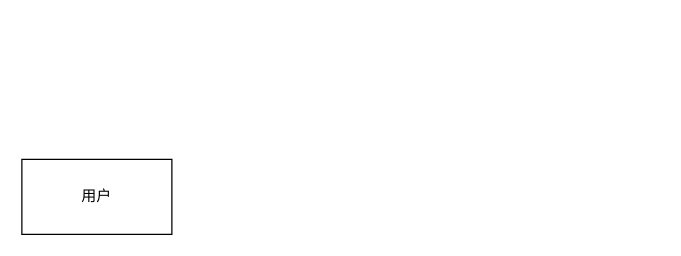
Before: 分析文档/2.7题目推荐.drawio in 12MegaA21/CodeCode, a draw.io diagram. Source tidied: cells renumbered, new cells numbered last; positions are measured from the earlier drawing's top-left corner, leaving out a move shared by most shapes. Both pictures are drawn from the tidied source at 125%, with x=0, y=0 at pixel (21, 159).
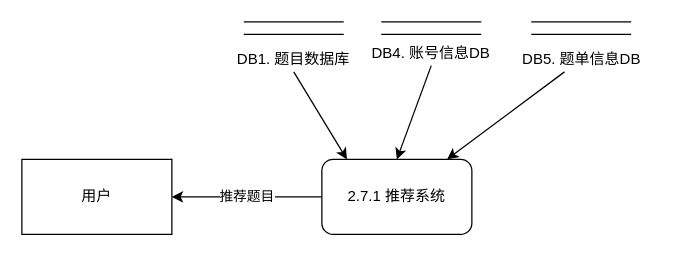
The same diagram, later.

Commit message (it also covers changes not shown here):
更新2.7题目推荐.drawio

The change refers to these unchanged cells:
```xml
<mxCell id="2" value="用户" style="rounded=0;whiteSpace=wrap;html=1;" parent="1" vertex="1">
  <mxGeometry width="120" height="60" as="geometry" />
</mxCell>
```

What changed in the source:
```diff
@@
+    <mxCell id="3" value="推荐题目" style="endArrow=classic;html=1;rounded=0;entryX=1;entryY=0.5;entryDx=0;entryDy=0;" parent="1" edge="1" target="2">
+      <mxGeometry relative="1" as="geometry">
+        <mxPoint x="240" y="30" as="sourcePoint" />
+      </mxGeometry>
+    </mxCell>
+    <mxCell id="4" value="2.7.1 推荐系统" style="rounded=1;whiteSpace=wrap;html=1;" parent="1" vertex="1">
+      <mxGeometry x="240" width="120" height="60" as="geometry" />
+    </mxCell>
+    <mxCell id="5" style="group;" parent="1" vertex="1">
+      <mxGeometry x="170" y="-110" width="95" height="40" as="geometry" />
+    </mxCell>
+    <mxCell id="6" style="group;" parent="5" vertex="1">
+      <mxGeometry x="7.5" width="80" height="10" as="geometry" />
+    </mxCell>
+    <mxCell id="7" style="endArrow=none;html=1;rounded=0;" parent="6" edge="1">
+      <mxGeometry relative="1" as="geometry">
+        <mxPoint as="sourcePoint" />
+        <mxPoint x="80" as="targetPoint" />
+      </mxGeometry>
+    </mxCell>
+    <mxCell id="8" style="endArrow=none;html=1;rounded=0;" parent="6" edge="1">
+      <mxGeometry relative="1" as="geometry">
+        <mxPoint y="10" as="sourcePoint" />
+        <mxPoint x="80" y="10" as="targetPoint" />
+      </mxGeometry>
+    </mxCell>
+    <mxCell id="9" value="DB1. 题目数据库" style="text;html=1;strokeColor=none;fillColor=none;align=center;verticalAlign=middle;whiteSpace=wrap;rounded=0;" parent="5" vertex="1">
+      <mxGeometry y="20" width="95" height="20" as="geometry" />
+    </mxCell>
+    <mxCell id="10" style="group;" parent="1" vertex="1">
+      <mxGeometry x="280" y="-110" width="100" height="40" as="geometry" />
+    </mxCell>
+    <mxCell id="11" style="group;" parent="10" vertex="1">
+      <mxGeometry x="-5" width="105" height="35" as="geometry" />
+    </mxCell>
+    <mxCell id="12" style="group;" parent="11" vertex="1">
+      <mxGeometry x="12.5" width="80" height="10" as="geometry" />
+    </mxCell>
+    <mxCell id="13" style="endArrow=none;html=1;rounded=0;" parent="12" edge="1">
+      <mxGeometry relative="1" as="geometry">
+        <mxPoint as="sourcePoint" />
+        <mxPoint x="80" as="targetPoint" />
+      </mxGeometry>
+    </mxCell>
+    <mxCell id="14" style="endArrow=none;html=1;rounded=0;" parent="12" edge="1">
+      <mxGeometry relative="1" as="geometry">
+        <mxPoint y="10" as="sourcePoint" />
+        <mxPoint x="80" y="10" as="targetPoint" />
+      </mxGeometry>
+    </mxCell>
+    <mxCell id="15" value="DB4. 账号信息DB" style="text;html=1;strokeColor=none;fillColor=none;align=center;verticalAlign=middle;whiteSpace=wrap;rounded=0;" parent="11" vertex="1">
+      <mxGeometry y="15" width="105" height="20" as="geometry" />
+    </mxCell>
+    <mxCell id="16" style="endArrow=classic;html=1;rounded=0;entryX=0.5;entryY=0;entryDx=0;entryDy=0;exitX=0.5;exitY=1;exitDx=0;exitDy=0;" parent="1" edge="1" source="15" target="4">
+      <mxGeometry relative="1" as="geometry" />
+    </mxCell>
+    <mxCell id="17" style="endArrow=classic;html=1;rounded=0;entryX=0.167;entryY=0;entryDx=0;entryDy=0;exitX=0.5;exitY=1;exitDx=0;exitDy=0;entryPerimeter=0;" parent="1" edge="1" source="9" target="4">
+      <mxGeometry relative="1" as="geometry" />
+    </mxCell>
+    <mxCell id="18" style="group;" parent="1" vertex="1">
+      <mxGeometry x="400" y="-110" width="110" height="40" as="geometry" />
+    </mxCell>
+    <mxCell id="19" style="group;" parent="18" vertex="1">
+      <mxGeometry x="7.5" width="80" height="10" as="geometry" />
+    </mxCell>
+    <mxCell id="20" style="endArrow=none;html=1;rounded=0;" parent="19" edge="1">
+      <mxGeometry relative="1" as="geometry">
+        <mxPoint as="sourcePoint" />
+        <mxPoint x="80" as="targetPoint" />
+      </mxGeometry>
+    </mxCell>
+    <mxCell id="21" style="endArrow=none;html=1;rounded=0;" parent="19" edge="1">
+      <mxGeometry relative="1" as="geometry">
+        <mxPoint y="10" as="sourcePoint" />
+        <mxPoint x="80" y="10" as="targetPoint" />
+      </mxGeometry>
+    </mxCell>
+    <mxCell id="22" value="DB5. 题单信息DB" style="text;html=1;strokeColor=none;fillColor=none;align=center;verticalAlign=middle;whiteSpace=wrap;rounded=0;" parent="18" vertex="1">
+      <mxGeometry x="-7.5" y="20" width="110" height="20" as="geometry" />
+    </mxCell>
+    <mxCell id="23" style="endArrow=classic;html=1;rounded=0;" parent="1" edge="1" source="22" target="4">
+      <mxGeometry relative="1" as="geometry" />
+    </mxCell>
```
